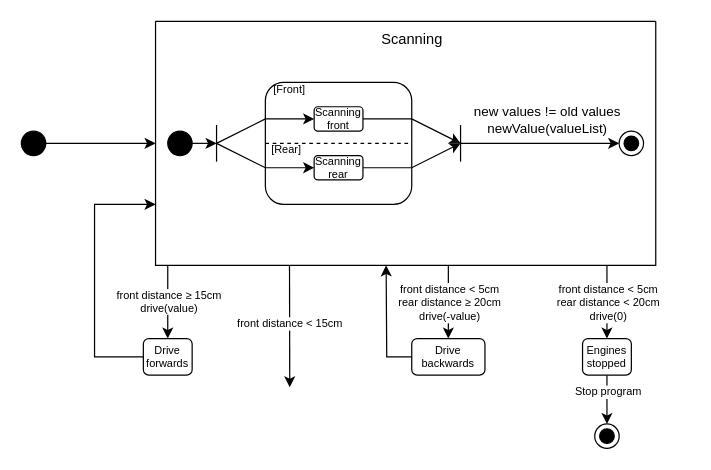
Earlier version of the draw.io diagram NS-Statechart.drawio (3dAttempt/Controller). Source tidied: cells renumbered, new cells numbered last; positions are measured from the earlier drawing's top-left corner, leaving out a move shared by most shapes. Both pictures are drawn from the tidied source at 122%, with x=0, y=0 at pixel (21, 21).
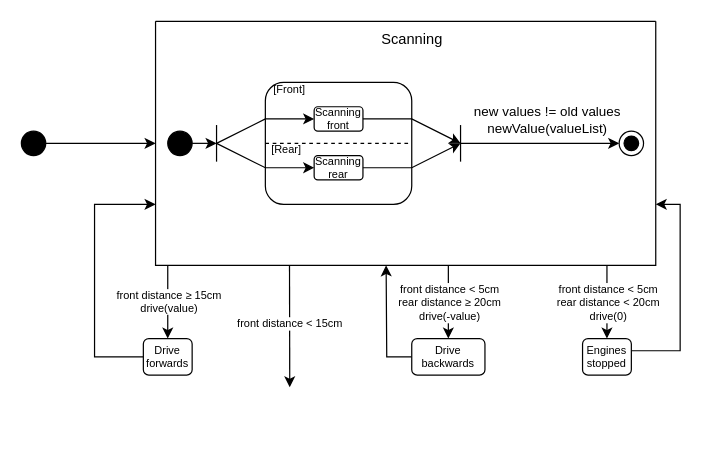
The same diagram, later.

The change refers to these unchanged cells:
```xml
<mxCell id="4" style="swimlane;startSize=0;rounded=1;swimlaneLine=1;arcSize=26;" parent="1" vertex="1">
  <mxGeometry x="110" width="410" height="200" as="geometry" />
</mxCell>
<mxCell id="37" value="Engines stopped" style="rounded=1;whiteSpace=wrap;html=1;fontSize=9;" parent="1" vertex="1">
  <mxGeometry x="460" y="260" width="40" height="30" as="geometry" />
</mxCell>
```

What changed in the source:
```diff
@@
-    <mxCell id="35" style="edgeStyle=orthogonalEdgeStyle;rounded=0;jettySize=auto;html=1;entryX=0.5;entryY=0;entryDx=0;entryDy=0;fontSize=9;" parent="1" edge="1" source="37" target="38">
-      <mxGeometry relative="1" as="geometry" />
+    <mxCell id="35" style="edgeStyle=orthogonalEdgeStyle;rounded=0;jettySize=auto;html=1;entryX=1;entryY=0.75;entryDx=0;entryDy=0;fontSize=9;" parent="1" edge="1" source="37" target="4">
+      <mxGeometry relative="1" as="geometry">
+        <Array as="points">
+          <mxPoint x="540" y="270" />
+          <mxPoint x="540" y="150" />
+        </Array>
+      </mxGeometry>
     </mxCell>
-    <mxCell id="36" value="Stop program" style="edgeLabel;html=1;align=center;verticalAlign=middle;fontSize=9;" parent="35" vertex="1">
-      <mxGeometry x="-0.37" y="1" relative="1" as="geometry">
-        <mxPoint x="-1" as="offset" />
-      </mxGeometry>
-    </mxCell>
@@
-    <mxCell id="38" style="ellipse;html=1;shape=endState;fillColor=strokeColor;rounded=1;fontSize=9;" parent="1" vertex="1">
-      <mxGeometry x="470" y="330" width="20" height="20" as="geometry" />
-    </mxCell>
```
